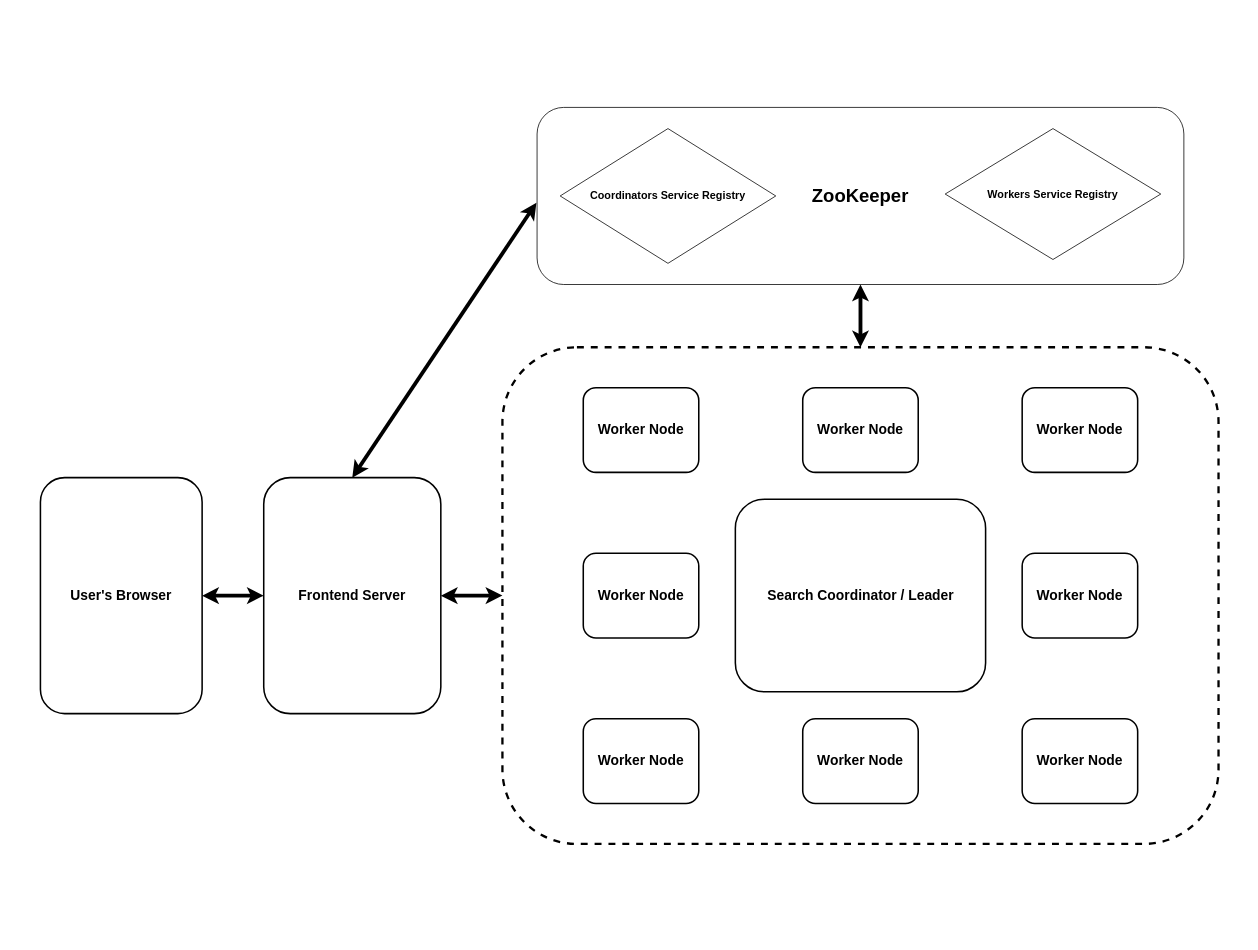
xianwew/DistributedDocumentSearch keeps this draw.io diagram as arch.drawio. Above is the earlier version. Source tidied: cells renumbered, new cells numbered last; positions are measured from the earlier drawing's top-left corner, leaving out a move shared by most shapes. Both pictures are drawn from the tidied source at 77%, with x=0, y=0 at pixel (13, 13).
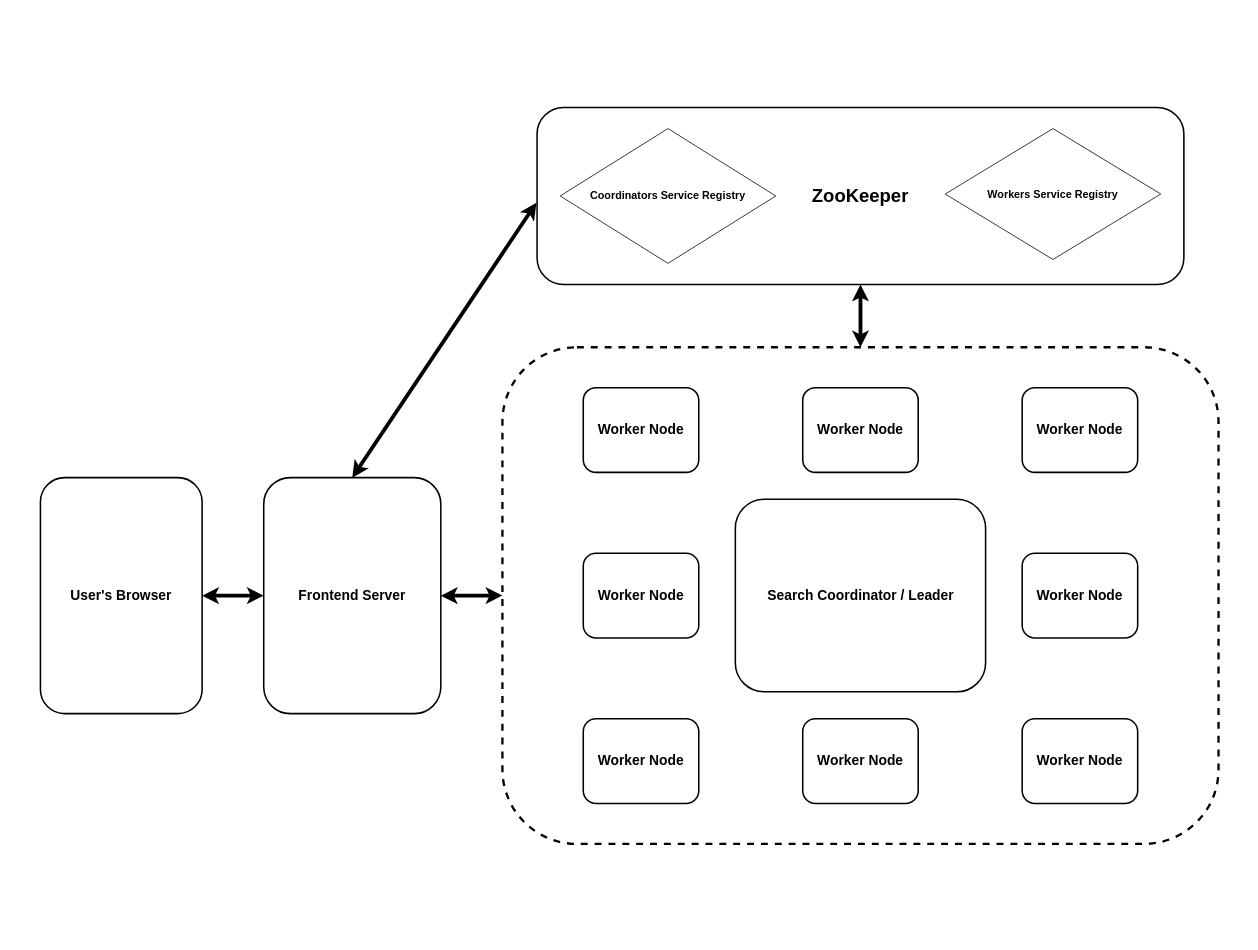
Above is the later version.

Change to the diagram source:
```diff
@@
-    <mxCell id="15" value="&lt;b style=&quot;font-size: 24px;&quot;&gt;ZooKeeper&lt;/b&gt;" style="rounded=1;whiteSpace=wrap;html=1;" parent="1" vertex="1">
+    <mxCell id="15" value="&lt;b style=&quot;font-size: 24px;&quot;&gt;ZooKeeper&lt;/b&gt;" style="rounded=1;whiteSpace=wrap;html=1;strokeWidth=2;" parent="1" vertex="1">
       <mxGeometry x="680" y="122" width="840" height="230" as="geometry" />
     </mxCell>
```
